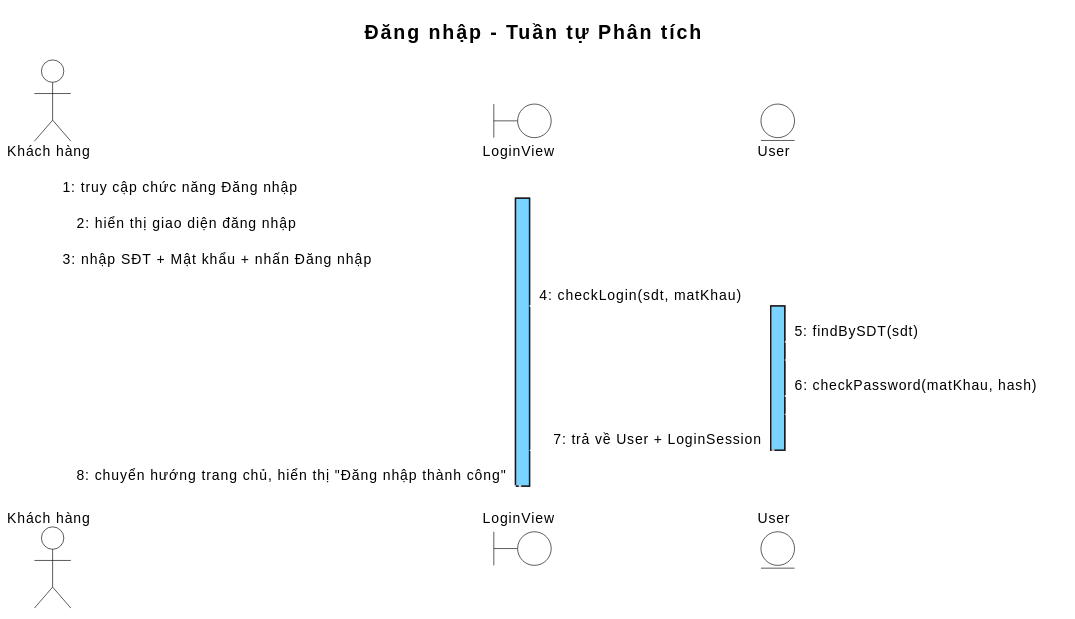
This is output/diagrams/account_seq_login_analysis.svg from thanhtrnnn/cnpm, a PlantUML export, as it was before one commit. Source of this version:
```plantuml
@startuml
skinparam shadowing false
skinparam SequenceMessageAlign left
skinparam SequenceLifeLineBackgroundColor #7AD2FF
skinparam SequenceLifeLineBorderColor #000000

<style>
sequenceDiagram {
  Shadowing 0
  RoundCorner 0
  FontName "Arial"
  FontSize 10
  FontColor #000000
  participant { BackgroundColor #7AD2FF LineColor #000000 LineThickness 1 }
  actor { BackgroundColor transparent LineColor #000000 }
  boundary { BackgroundColor #7AD2FF LineColor #000000 }
  control { BackgroundColor #7AD2FF LineColor #000000 }
  entity { BackgroundColor #7AD2FF LineColor #000000 }
  lifeline { LineColor #000000 LineStyle 5-5 }
  arrow { LineColor #000000 LineThickness 1 FontSize 10 }
}
</style>
title Đăng nhập - Tuần tự Phân tích

actor "Khách hàng" as KH
boundary LoginView as B1
entity User as E1

KH -> B1 : 1: truy cập chức năng Đăng nhập
activate B1
B1 --> KH : 2: hiển thị giao diện đăng nhập
KH -> B1 : 3: nhập SĐT + Mật khẩu + nhấn Đăng nhập
B1 -> E1 : 4: checkLogin(sdt, matKhau)
activate E1
E1 -> E1 : 5: findBySDT(sdt)
E1 -> E1 : 6: checkPassword(matKhau, hash)
E1 --> B1 : 7: trả về User + LoginSession
deactivate E1
B1 --> KH : 8: chuyển hướng trang chủ, hiển thị "Đăng nhập thành công"
deactivate B1
@enduml
```
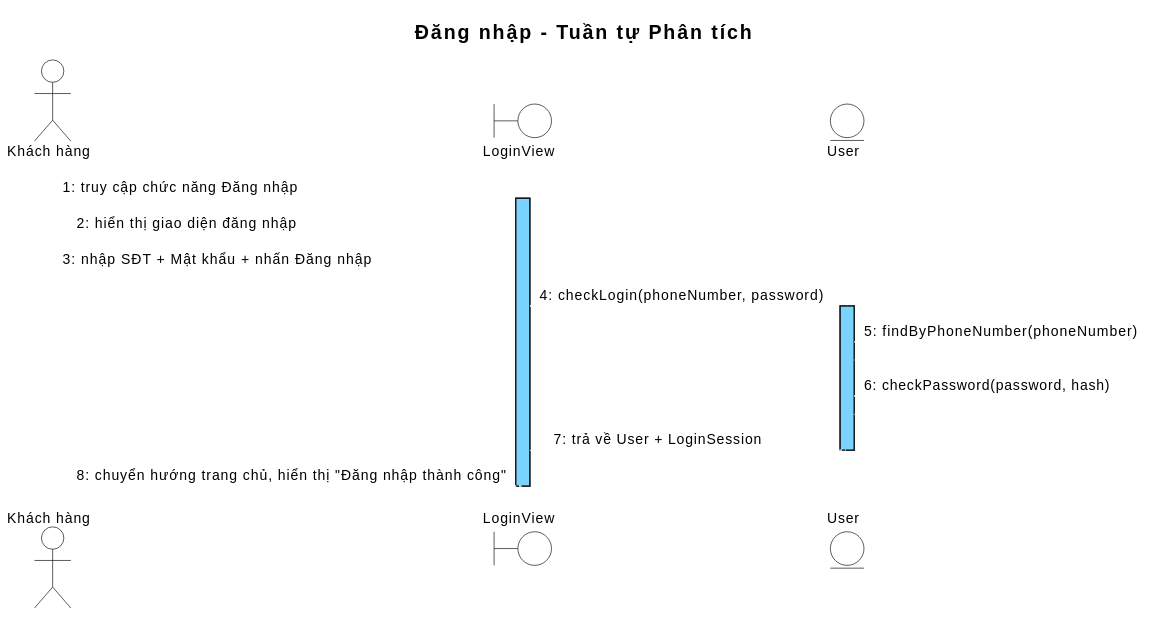
After the change.

What changed in the source:
```diff
@@ -30,10 +30,10 @@
 activate B1
 B1 --> KH : 2: hiển thị giao diện đăng nhập
 KH -> B1 : 3: nhập SĐT + Mật khẩu + nhấn Đăng nhập
-B1 -> E1 : 4: checkLogin(sdt, matKhau)
+B1 -> E1 : 4: checkLogin(phoneNumber, password)
 activate E1
-E1 -> E1 : 5: findBySDT(sdt)
-E1 -> E1 : 6: checkPassword(matKhau, hash)
+E1 -> E1 : 5: findByPhoneNumber(phoneNumber)
+E1 -> E1 : 6: checkPassword(password, hash)
 E1 --> B1 : 7: trả về User + LoginSession
 deactivate E1
 B1 --> KH : 8: chuyển hướng trang chủ, hiển thị "Đăng nhập thành công"
```
